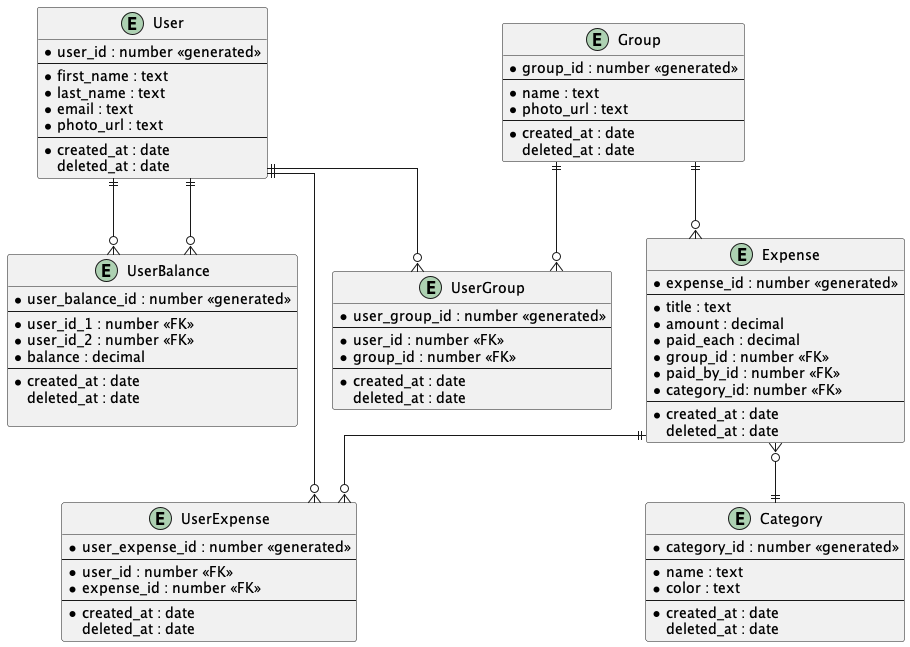
Before: diagrams/erd/erd.png, a diagram exported from PlantUML (samuelgocnik/price-buddy).
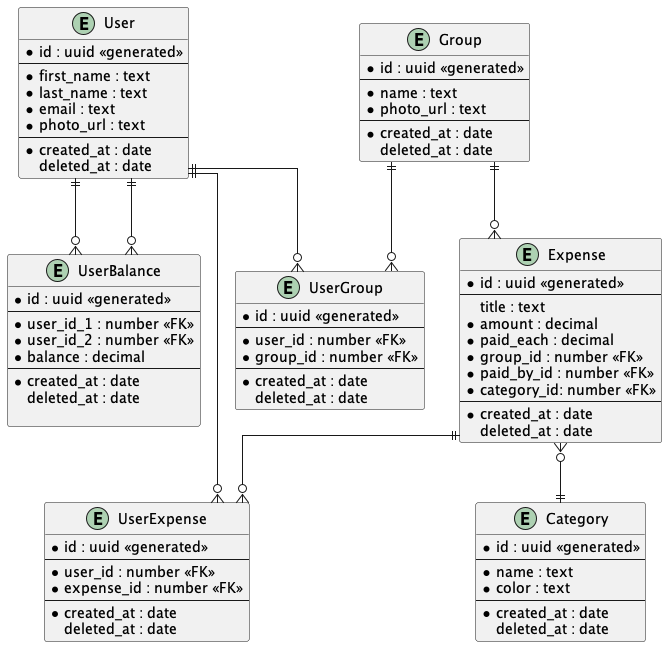
Above is the later version.

Commit message:
fix(erd): update ids

Diff of the diagram source:
```diff
@@ -3,7 +3,7 @@
 skinparam linetype ortho
 
 entity "User" as u {
-  *user_id : number <<generated>>
+  *id : uuid <<generated>>
   --
   *first_name : text
   *last_name : text
@@ -15,7 +15,7 @@
 }
 
 entity "Group" as g {
-  *group_id : number <<generated>>
+  *id : uuid <<generated>>
   --
   *name : text
   *photo_url : text
@@ -25,7 +25,7 @@
 }
 
 entity "UserGroup" as ug {
-  *user_group_id : number <<generated>>
+  *id : uuid <<generated>>
   --
   *user_id : number <<FK>>
   *group_id : number <<FK>>
@@ -35,9 +35,9 @@
 }
 
 entity "Expense" as e {
-  *expense_id : number <<generated>>
+  *id : uuid <<generated>>
   --
-  *title : text
+  title : text
   *amount : decimal
   *paid_each : decimal
   *group_id : number <<FK>>
@@ -49,7 +49,7 @@
 }
 
 entity "UserExpense" as ue {
-  *user_expense_id : number <<generated>>
+  *id : uuid <<generated>>
   --
   *user_id : number <<FK>>
   *expense_id : number <<FK>>
@@ -59,7 +59,7 @@
 }
 
 entity "Category" as c {
-  *category_id : number <<generated>>
+  *id : uuid <<generated>>
   --
   *name : text
   *color : text
@@ -69,7 +69,7 @@
 }
 
 entity "UserBalance" as ub {
-  *user_balance_id : number <<generated>>
+  *id : uuid <<generated>>
   --
   *user_id_1 : number <<FK>>
   *user_id_2 : number <<FK>>
```
